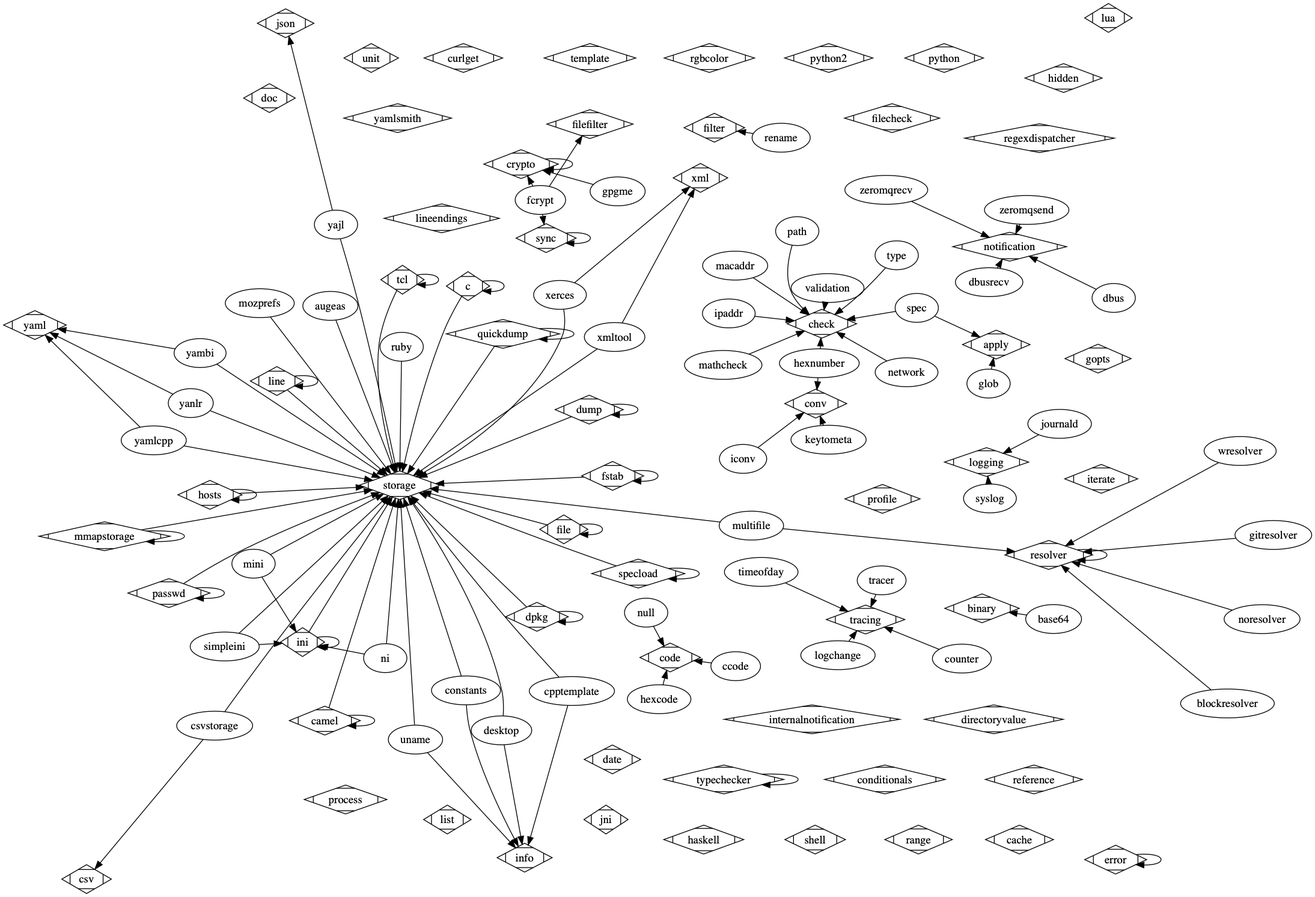
The Graphviz diagram doc/images/plugins.png in ElektraInitiative/libelektra, before a commit. Its source is kept beside it as doc/images/plugins.dot.
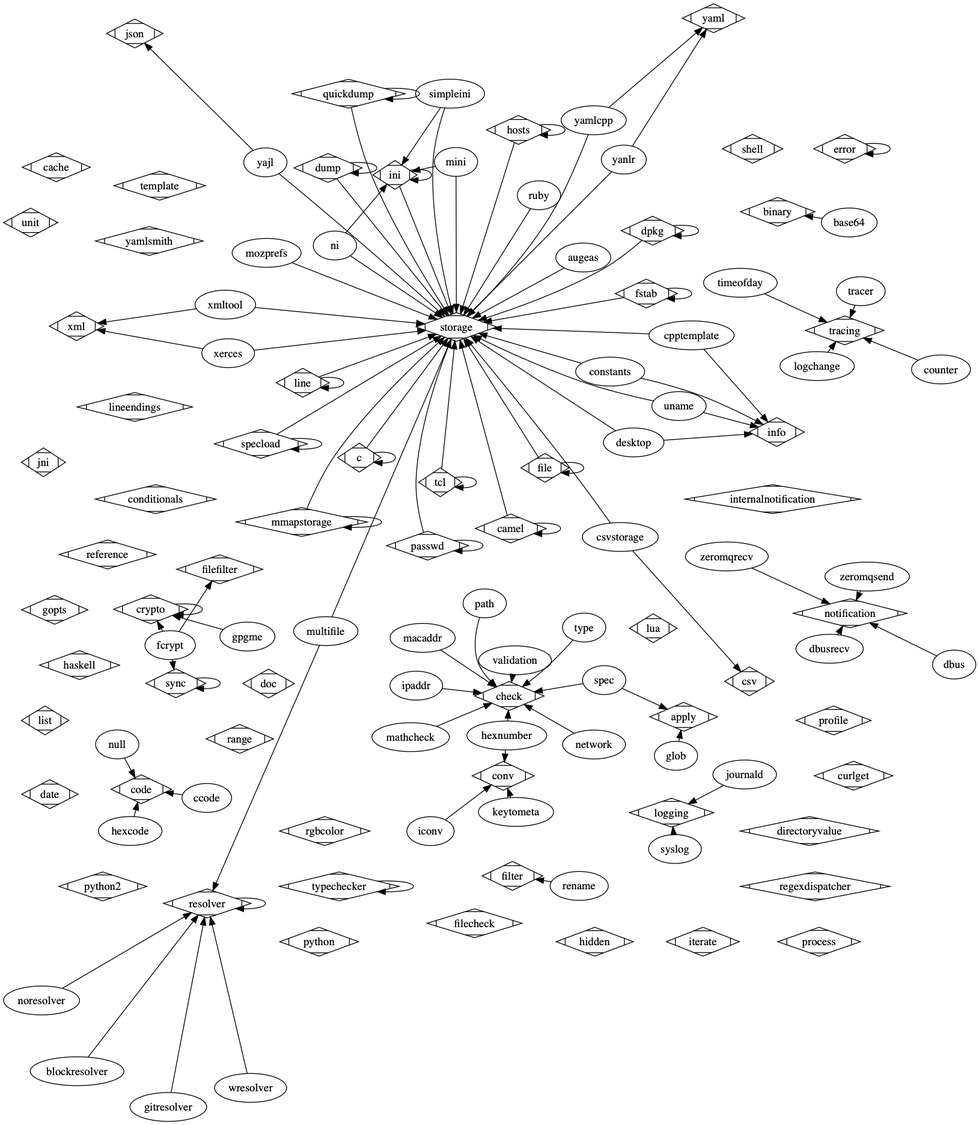
After the change.

Commit message:
Documentation: Remove YAMBi plugin image

Change to the diagram source:
```diff
@@ -218,10 +218,6 @@
 	json [shape=Mdiamond];
 	yajl -> json;
 	storage [shape=Mdiamond];
-	yambi -> storage;
-	yaml [shape=Mdiamond];
-	yambi -> yaml;
-	storage [shape=Mdiamond];
 	yamlcpp -> storage;
 	yaml [shape=Mdiamond];
 	yamlcpp -> yaml;
```
